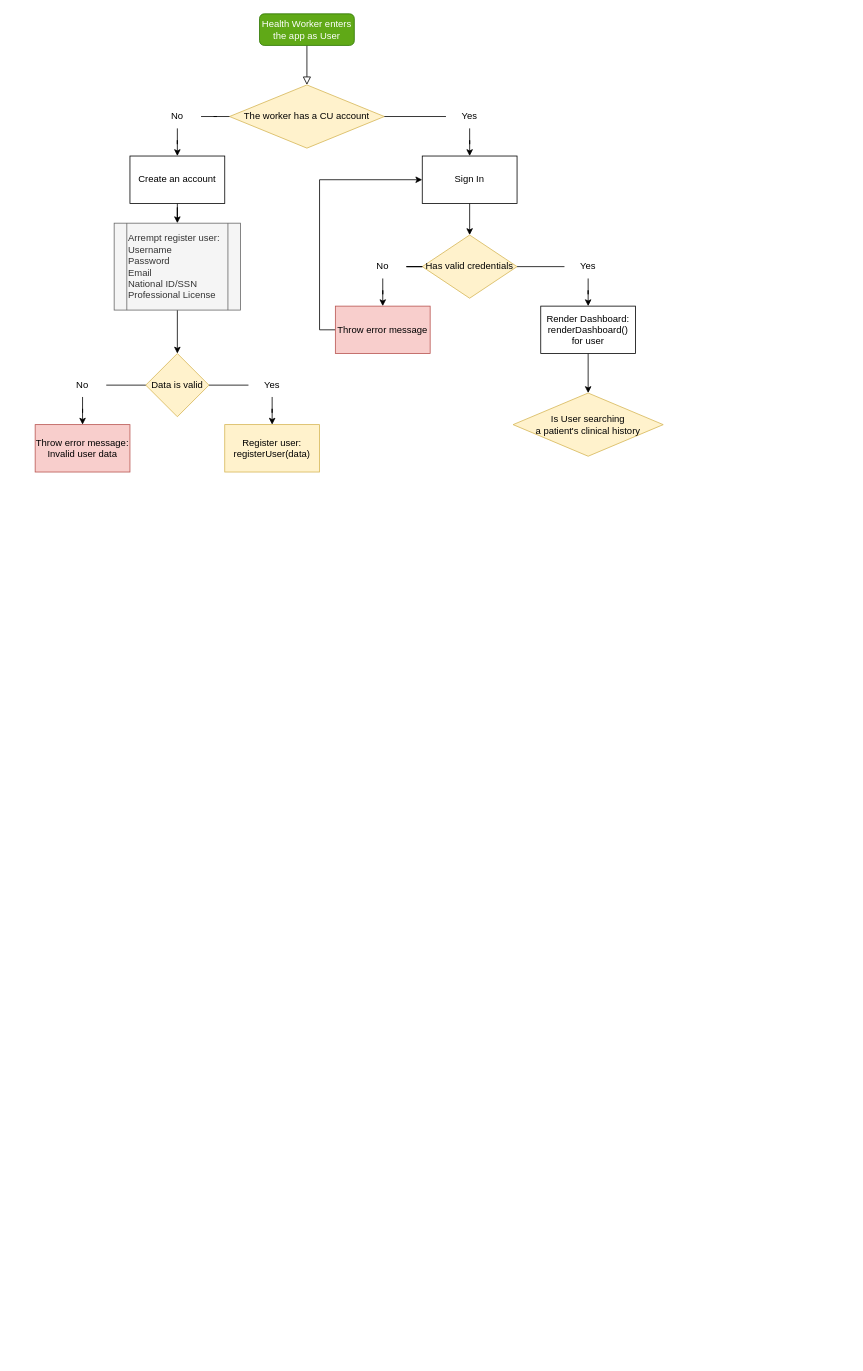
ClinicaUniversalis/clinica-universalis keeps this draw.io diagram as Untitled Diagram.drawio. Above is the earlier version. Source tidied: cells renumbered, new cells numbered last; positions are measured from the earlier drawing's top-left corner, leaving out a move shared by most shapes. Both pictures are drawn from the tidied source at 79%, with x=0, y=0 at pixel (35, 13).
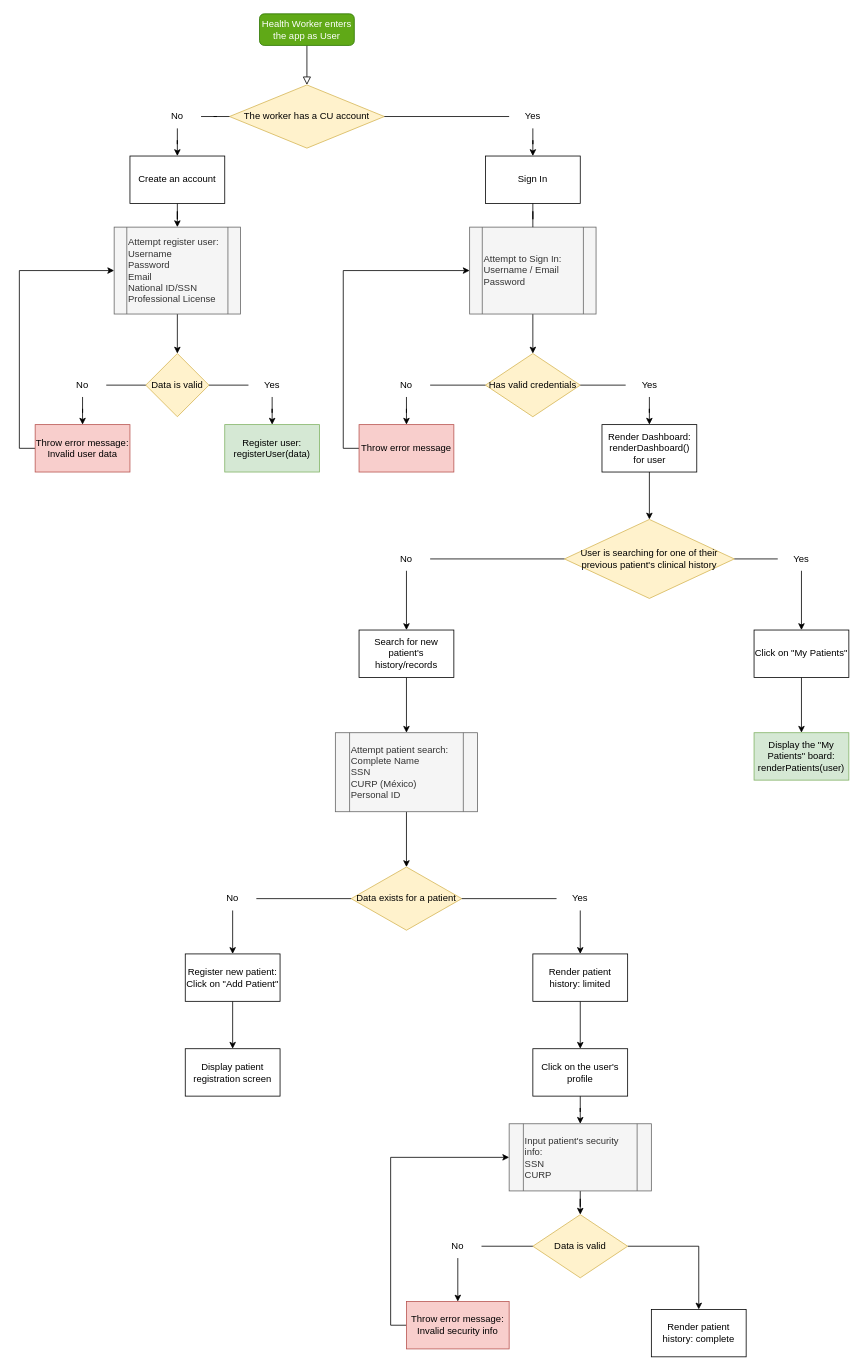
The same diagram, later.

Unchanged cells that the change refers to:
```xml
<mxCell id="31" value="Throw error message:&lt;br&gt;Invalid user data" style="whiteSpace=wrap;html=1;fillColor=#f8cecc;strokeColor=#b85450;" parent="1" vertex="1">
  <mxGeometry y="520" width="120" height="60" as="geometry" />
</mxCell>
```

Diff of the diagram source:
```diff
@@
-    <mxCell id="9" style="edgeStyle=orthogonalEdgeStyle;rounded=0;jettySize=auto;html=1;" parent="1" edge="1" source="10" target="19">
+    <mxCell id="9" style="edgeStyle=orthogonalEdgeStyle;rounded=0;jettySize=auto;html=1;startArrow=none;" parent="1" edge="1" source="68" target="19">
       <mxGeometry relative="1" as="geometry" />
     </mxCell>
     <mxCell id="10" value="Sign In" style="whiteSpace=wrap;html=1;" parent="1" vertex="1">
-      <mxGeometry x="490" y="180" width="120" height="60" as="geometry" />
+      <mxGeometry x="570" y="180" width="120" height="60" as="geometry" />
     </mxCell>
@@
-    <mxCell id="12" value="Arrempt register user:&lt;br&gt;Username&lt;br&gt;Password&lt;br&gt;Email&lt;br&gt;National ID/SSN&lt;br&gt;Professional License" style="shape=process;whiteSpace=wrap;html=1;backgroundOutline=1;align=left;fillColor=#f5f5f5;strokeColor=#666666;fontColor=#333333;" parent="1" vertex="1">
-      <mxGeometry x="100" y="265" width="160" height="110" as="geometry" />
+    <mxCell id="12" value="Attempt register user:&lt;br&gt;Username&lt;br&gt;Password&lt;br&gt;Email&lt;br&gt;National ID/SSN&lt;br&gt;Professional License" style="shape=process;whiteSpace=wrap;html=1;backgroundOutline=1;align=left;fillColor=#f5f5f5;strokeColor=#666666;fontColor=#333333;" parent="1" vertex="1">
+      <mxGeometry x="100" y="270" width="160" height="110" as="geometry" />
     </mxCell>
@@
     <mxCell id="15" value="Yes" style="text;html=1;strokeColor=none;fillColor=none;align=center;verticalAlign=middle;whiteSpace=wrap;rounded=0;" parent="1" vertex="1">
-      <mxGeometry x="520" y="115" width="60" height="30" as="geometry" />
+      <mxGeometry x="600" y="115" width="60" height="30" as="geometry" />
     </mxCell>
@@
     <mxCell id="19" value="Has valid credentials" style="rhombus;whiteSpace=wrap;html=1;fillColor=#fff2cc;strokeColor=#d6b656;" parent="1" vertex="1">
-      <mxGeometry x="490" y="280" width="120" height="80" as="geometry" />
+      <mxGeometry x="570" y="430" width="120" height="80" as="geometry" />
     </mxCell>
-    <mxCell id="20" style="edgeStyle=orthogonalEdgeStyle;rounded=0;jettySize=auto;html=1;exitX=0;exitY=0.5;exitDx=0;exitDy=0;entryX=0;entryY=0.5;entryDx=0;entryDy=0;" parent="1" edge="1" source="21" target="10">
+    <mxCell id="20" style="edgeStyle=orthogonalEdgeStyle;rounded=0;jettySize=auto;html=1;exitX=0;exitY=0.5;exitDx=0;exitDy=0;entryX=0;entryY=0.5;entryDx=0;entryDy=0;" parent="1" edge="1" source="21" target="68">
       <mxGeometry relative="1" as="geometry" />
     </mxCell>
     <mxCell id="21" value="Throw error message" style="whiteSpace=wrap;html=1;fillColor=#f8cecc;strokeColor=#b85450;" parent="1" vertex="1">
-      <mxGeometry x="380" y="370" width="120" height="60" as="geometry" />
+      <mxGeometry x="410" y="520" width="120" height="60" as="geometry" />
     </mxCell>
     <mxCell id="22" value="No" style="text;html=1;strokeColor=none;fillColor=none;align=center;verticalAlign=middle;whiteSpace=wrap;rounded=0;" parent="1" vertex="1">
-      <mxGeometry x="410" y="305" width="60" height="30" as="geometry" />
+      <mxGeometry x="440" y="455" width="60" height="30" as="geometry" />
     </mxCell>
@@
     <mxCell id="25" value="Render Dashboard:&lt;br&gt;renderDashboard() for user" style="whiteSpace=wrap;html=1;" parent="1" vertex="1">
-      <mxGeometry x="640" y="370" width="120" height="60" as="geometry" />
+      <mxGeometry x="717.5" y="520" width="120" height="60" as="geometry" />
     </mxCell>
     <mxCell id="26" value="Yes" style="text;html=1;strokeColor=none;fillColor=none;align=center;verticalAlign=middle;whiteSpace=wrap;rounded=0;" parent="1" vertex="1">
-      <mxGeometry x="670" y="305" width="60" height="30" as="geometry" />
+      <mxGeometry x="747.5" y="455" width="60" height="30" as="geometry" />
     </mxCell>
@@
+    <mxCell id="38" style="edgeStyle=orthogonalEdgeStyle;rounded=0;jettySize=auto;html=1;exitX=0;exitY=0.5;exitDx=0;exitDy=0;entryX=0;entryY=0.5;entryDx=0;entryDy=0;" parent="1" edge="1" source="31" target="12">
+      <mxGeometry relative="1" as="geometry" />
+    </mxCell>
@@
-    <mxCell id="32" value="Register user:&lt;br&gt;registerUser(data)" style="whiteSpace=wrap;html=1;fillColor=#fff2cc;strokeColor=#d6b656;" parent="1" vertex="1">
+    <mxCell id="32" value="Register user:&lt;br&gt;registerUser(data)" style="whiteSpace=wrap;html=1;fillColor=#d5e8d4;strokeColor=#82b366;" parent="1" vertex="1">
       <mxGeometry x="240" y="520" width="120" height="60" as="geometry" />
     </mxCell>
@@
+    <mxCell id="39" style="edgeStyle=orthogonalEdgeStyle;rounded=0;jettySize=auto;html=1;startArrow=none;" parent="1" edge="1" source="43" target="42">
+      <mxGeometry relative="1" as="geometry" />
+    </mxCell>
+    <mxCell id="40" style="edgeStyle=orthogonalEdgeStyle;rounded=0;jettySize=auto;html=1;startArrow=none;" parent="1" edge="1" source="47" target="46">
+      <mxGeometry relative="1" as="geometry" />
+    </mxCell>
-    <mxCell id="37" value="Is User searching&lt;br&gt;a patient's clinical history" style="rhombus;whiteSpace=wrap;html=1;fillColor=#fff2cc;strokeColor=#d6b656;" parent="1" vertex="1">
-      <mxGeometry x="605" y="480" width="190" height="80" as="geometry" />
+    <mxCell id="37" value="User is searching for one of their previous patient's clinical history" style="rhombus;whiteSpace=wrap;html=1;fillColor=#fff2cc;strokeColor=#d6b656;" parent="1" vertex="1">
+      <mxGeometry x="670" y="640" width="215" height="100" as="geometry" />
     </mxCell>
+    <mxCell id="41" style="edgeStyle=orthogonalEdgeStyle;rounded=0;jettySize=auto;html=1;" parent="1" edge="1" source="42" target="51">
+      <mxGeometry relative="1" as="geometry" />
+    </mxCell>
+    <mxCell id="42" value="Search for new patient's history/records" style="whiteSpace=wrap;html=1;" parent="1" vertex="1">
+      <mxGeometry x="410" y="780" width="120" height="60" as="geometry" />
+    </mxCell>
+    <mxCell id="43" value="No" style="text;html=1;strokeColor=none;fillColor=none;align=center;verticalAlign=middle;whiteSpace=wrap;rounded=0;" parent="1" vertex="1">
+      <mxGeometry x="440" y="675" width="60" height="30" as="geometry" />
+    </mxCell>
+    <mxCell id="44" style="edgeStyle=orthogonalEdgeStyle;rounded=0;jettySize=auto;html=1;endArrow=none;" parent="1" edge="1" source="37" target="43">
+      <mxGeometry relative="1" as="geometry" />
+    </mxCell>
+    <mxCell id="45" style="edgeStyle=orthogonalEdgeStyle;rounded=0;jettySize=auto;html=1;" parent="1" edge="1" source="46" target="49">
+      <mxGeometry relative="1" as="geometry" />
+    </mxCell>
+    <mxCell id="46" value="Click on &quot;My Patients&quot;" style="whiteSpace=wrap;html=1;" parent="1" vertex="1">
+      <mxGeometry x="910" y="780" width="120" height="60" as="geometry" />
+    </mxCell>
+    <mxCell id="47" value="Yes" style="text;html=1;strokeColor=none;fillColor=none;align=center;verticalAlign=middle;whiteSpace=wrap;rounded=0;" parent="1" vertex="1">
+      <mxGeometry x="940" y="675" width="60" height="30" as="geometry" />
+    </mxCell>
+    <mxCell id="48" style="edgeStyle=orthogonalEdgeStyle;rounded=0;jettySize=auto;html=1;endArrow=none;" parent="1" edge="1" source="37" target="47">
+      <mxGeometry relative="1" as="geometry" />
+    </mxCell>
+    <mxCell id="49" value="Display the &quot;My Patients&quot; board:&lt;br&gt;renderPatients(user)" style="whiteSpace=wrap;html=1;fillColor=#d5e8d4;strokeColor=#82b366;" parent="1" vertex="1">
+      <mxGeometry x="910" y="910" width="120" height="60" as="geometry" />
+    </mxCell>
+    <mxCell id="50" style="edgeStyle=orthogonalEdgeStyle;rounded=0;jettySize=auto;html=1;" parent="1" edge="1" source="51" target="54">
+      <mxGeometry relative="1" as="geometry" />
+    </mxCell>
+    <mxCell id="51" value="Attempt patient search:&lt;br&gt;Complete Name&lt;br&gt;SSN&lt;br&gt;CURP (México)&lt;br&gt;Personal ID" style="shape=process;whiteSpace=wrap;html=1;backgroundOutline=1;fillColor=#f5f5f5;fontColor=#333333;strokeColor=#666666;align=left;" parent="1" vertex="1">
+      <mxGeometry x="380" y="910" width="180" height="100" as="geometry" />
+    </mxCell>
+    <mxCell id="52" style="edgeStyle=orthogonalEdgeStyle;rounded=0;jettySize=auto;html=1;startArrow=none;" parent="1" edge="1" source="59" target="56">
+      <mxGeometry relative="1" as="geometry" />
+    </mxCell>
+    <mxCell id="53" style="edgeStyle=orthogonalEdgeStyle;rounded=0;jettySize=auto;html=1;startArrow=none;" parent="1" edge="1" source="61" target="58">
+      <mxGeometry relative="1" as="geometry" />
+    </mxCell>
+    <mxCell id="54" value="Data exists for a patient" style="rhombus;whiteSpace=wrap;html=1;align=center;fillColor=#fff2cc;strokeColor=#d6b656;" parent="1" vertex="1">
+      <mxGeometry x="400" y="1080" width="140" height="80" as="geometry" />
+    </mxCell>
+    <mxCell id="55" style="edgeStyle=orthogonalEdgeStyle;rounded=0;jettySize=auto;html=1;" parent="1" edge="1" source="56" target="63">
+      <mxGeometry relative="1" as="geometry" />
+    </mxCell>
+    <mxCell id="56" value="Register new patient:&lt;br&gt;Click on &quot;Add Patient&quot;" style="whiteSpace=wrap;html=1;" parent="1" vertex="1">
+      <mxGeometry x="190" y="1190" width="120" height="60" as="geometry" />
+    </mxCell>
+    <mxCell id="57" style="edgeStyle=orthogonalEdgeStyle;rounded=0;jettySize=auto;html=1;" parent="1" edge="1" source="58" target="65">
+      <mxGeometry relative="1" as="geometry" />
+    </mxCell>
+    <mxCell id="58" value="Render patient history: limited" style="whiteSpace=wrap;html=1;" parent="1" vertex="1">
+      <mxGeometry x="630" y="1190" width="120" height="60" as="geometry" />
+    </mxCell>
+    <mxCell id="59" value="No" style="text;html=1;strokeColor=none;fillColor=none;align=center;verticalAlign=middle;whiteSpace=wrap;rounded=0;" parent="1" vertex="1">
+      <mxGeometry x="220" y="1105" width="60" height="30" as="geometry" />
+    </mxCell>
+    <mxCell id="60" style="edgeStyle=orthogonalEdgeStyle;rounded=0;jettySize=auto;html=1;endArrow=none;" parent="1" edge="1" source="54" target="59">
+      <mxGeometry relative="1" as="geometry" />
+    </mxCell>
+    <mxCell id="61" value="Yes" style="text;html=1;strokeColor=none;fillColor=none;align=center;verticalAlign=middle;whiteSpace=wrap;rounded=0;" parent="1" vertex="1">
+      <mxGeometry x="660" y="1105" width="60" height="30" as="geometry" />
+    </mxCell>
+    <mxCell id="62" style="edgeStyle=orthogonalEdgeStyle;rounded=0;jettySize=auto;html=1;endArrow=none;" parent="1" edge="1" source="54" target="61">
+      <mxGeometry relative="1" as="geometry" />
+    </mxCell>
+    <mxCell id="63" value="Display patient registration screen" style="whiteSpace=wrap;html=1;" parent="1" vertex="1">
+      <mxGeometry x="190" y="1310" width="120" height="60" as="geometry" />
+    </mxCell>
+    <mxCell id="64" style="edgeStyle=orthogonalEdgeStyle;rounded=0;jettySize=auto;html=1;" parent="1" edge="1" source="65" target="67">
+      <mxGeometry relative="1" as="geometry" />
+    </mxCell>
+    <mxCell id="65" value="Click on the user's profile" style="whiteSpace=wrap;html=1;" parent="1" vertex="1">
+      <mxGeometry x="630" y="1310" width="120" height="60" as="geometry" />
+    </mxCell>
+    <mxCell id="66" style="edgeStyle=orthogonalEdgeStyle;rounded=0;jettySize=auto;html=1;" parent="1" edge="1" source="67" target="72">
+      <mxGeometry relative="1" as="geometry" />
+    </mxCell>
+    <mxCell id="67" value="Input patient's security info:&lt;br&gt;SSN&lt;br&gt;CURP" style="shape=process;whiteSpace=wrap;html=1;backgroundOutline=1;fillColor=#f5f5f5;fontColor=#333333;strokeColor=#666666;align=left;" parent="1" vertex="1">
+      <mxGeometry x="600" y="1405" width="180" height="85" as="geometry" />
+    </mxCell>
+    <mxCell id="68" value="Attempt to Sign In:&lt;br&gt;Username / Email&lt;br&gt;Password" style="shape=process;whiteSpace=wrap;html=1;backgroundOutline=1;fillColor=#f5f5f5;fontColor=#333333;strokeColor=#666666;align=left;" parent="1" vertex="1">
+      <mxGeometry x="550" y="270" width="160" height="110" as="geometry" />
+    </mxCell>
+    <mxCell id="69" style="edgeStyle=orthogonalEdgeStyle;rounded=0;jettySize=auto;html=1;endArrow=none;" parent="1" edge="1" source="10" target="68">
+      <mxGeometry relative="1" as="geometry" />
+    </mxCell>
+    <mxCell id="70" style="edgeStyle=orthogonalEdgeStyle;rounded=0;jettySize=auto;html=1;startArrow=none;" parent="1" edge="1" source="75" target="74">
+      <mxGeometry relative="1" as="geometry" />
+    </mxCell>
+    <mxCell id="71" style="edgeStyle=orthogonalEdgeStyle;rounded=0;jettySize=auto;html=1;" parent="1" edge="1" source="72" target="77">
+      <mxGeometry relative="1" as="geometry" />
+    </mxCell>
+    <mxCell id="72" value="Data is valid" style="rhombus;whiteSpace=wrap;html=1;align=center;fillColor=#fff2cc;strokeColor=#d6b656;" parent="1" vertex="1">
+      <mxGeometry x="630" y="1520" width="120" height="80" as="geometry" />
+    </mxCell>
+    <mxCell id="73" style="edgeStyle=orthogonalEdgeStyle;rounded=0;jettySize=auto;html=1;exitX=0;exitY=0.5;exitDx=0;exitDy=0;entryX=0;entryY=0.5;entryDx=0;entryDy=0;" parent="1" edge="1" source="74" target="67">
+      <mxGeometry relative="1" as="geometry" />
+    </mxCell>
+    <mxCell id="74" value="Throw error message:&lt;br&gt;Invalid security info" style="whiteSpace=wrap;html=1;fillColor=#f8cecc;strokeColor=#b85450;" parent="1" vertex="1">
+      <mxGeometry x="470" y="1630" width="130" height="60" as="geometry" />
+    </mxCell>
+    <mxCell id="75" value="No" style="text;html=1;strokeColor=none;fillColor=none;align=center;verticalAlign=middle;whiteSpace=wrap;rounded=0;" parent="1" vertex="1">
+      <mxGeometry x="505" y="1545" width="60" height="30" as="geometry" />
+    </mxCell>
+    <mxCell id="76" style="edgeStyle=orthogonalEdgeStyle;rounded=0;jettySize=auto;html=1;endArrow=none;" parent="1" edge="1" source="72" target="75">
+      <mxGeometry relative="1" as="geometry" />
+    </mxCell>
+    <mxCell id="77" value="Render patient history: complete" style="whiteSpace=wrap;html=1;" parent="1" vertex="1">
+      <mxGeometry x="780" y="1640" width="120" height="60" as="geometry" />
+    </mxCell>
```
